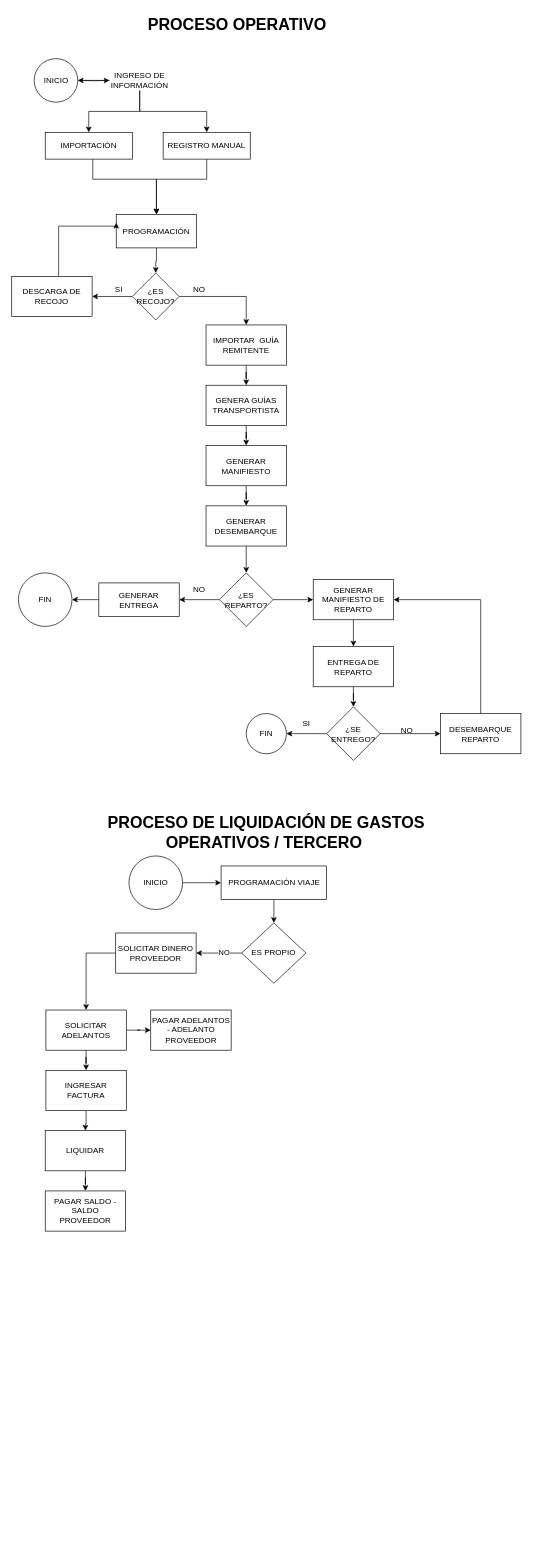
Above: FLUJO OPERATIVO PUCHOC.drawio in JaibeyPisco/diagramas (draw.io), before the change. Source tidied: cells renumbered, new cells numbered last; positions are measured from the earlier drawing's top-left corner, leaving out a move shared by most shapes. Both pictures are drawn from the tidied source at 67%, with x=0, y=0 at pixel (11, 11).
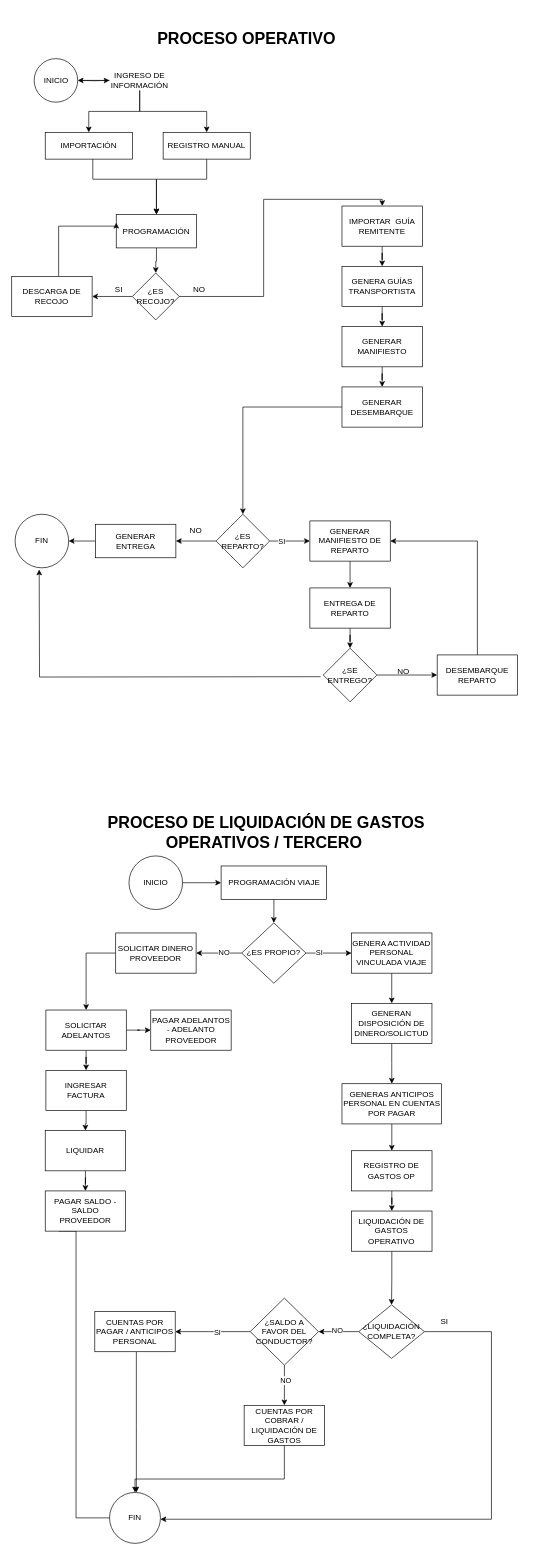
The same diagram, later.

Unchanged cells that the change refers to:
```xml
<mxCell id="15" value="¿ES RECOJO?" style="rhombus;whiteSpace=wrap;html=1;" parent="1" vertex="1">
  <mxGeometry x="180" y="390" width="70" height="70" as="geometry" />
</mxCell>
<mxCell id="29" style="edgeStyle=orthogonalEdgeStyle;rounded=0;jettySize=auto;html=1;" parent="1" edge="1" source="30" target="35">
  <mxGeometry relative="1" as="geometry" />
</mxCell>
```

Change to the diagram source:
```diff
@@
     <mxCell id="14" style="edgeStyle=orthogonalEdgeStyle;rounded=0;jettySize=auto;html=1;" parent="1" edge="1" source="15" target="20">
-      <mxGeometry relative="1" as="geometry" />
+      <mxGeometry relative="1" as="geometry">
+        <Array as="points">
+          <mxPoint x="376" y="425" />
+          <mxPoint x="376" y="280" />
+          <mxPoint x="553" y="280" />
+        </Array>
+      </mxGeometry>
     </mxCell>
@@
     <mxCell id="20" value="IMPORTAR&amp;nbsp; GUÍA REMITENTE" style="whiteSpace=wrap;html=1;" parent="1" vertex="1">
-      <mxGeometry x="290" y="467.5" width="120" height="60" as="geometry" />
+      <mxGeometry x="492.9" y="290" width="120" height="60" as="geometry" />
     </mxCell>
@@
     <mxCell id="23" value="GENERA GUÍAS TRANSPORTISTA" style="whiteSpace=wrap;html=1;" parent="1" vertex="1">
-      <mxGeometry x="290" y="557.5" width="120" height="60" as="geometry" />
+      <mxGeometry x="492.9" y="380" width="120" height="60" as="geometry" />
     </mxCell>
@@
     <mxCell id="25" value="GENERAR MANIFIESTO" style="whiteSpace=wrap;html=1;" parent="1" vertex="1">
-      <mxGeometry x="290" y="647.5" width="120" height="60" as="geometry" />
+      <mxGeometry x="492.9" y="470" width="120" height="60" as="geometry" />
     </mxCell>
@@
     <mxCell id="27" value="GENERAR DESEMBARQUE" style="whiteSpace=wrap;html=1;" parent="1" vertex="1">
-      <mxGeometry x="290" y="737.5" width="120" height="60" as="geometry" />
+      <mxGeometry x="492.9" y="560" width="120" height="60" as="geometry" />
     </mxCell>
@@
+    <mxCell id="68" value="SI" style="edgeLabel;html=1;align=center;verticalAlign=middle;" parent="29" vertex="1">
+      <mxGeometry x="-0.44" relative="1" as="geometry" />
+    </mxCell>
     <mxCell id="30" value="¿ES REPARTO?" style="rhombus;whiteSpace=wrap;html=1;" parent="1" vertex="1">
-      <mxGeometry x="310" y="837.5" width="80" height="80" as="geometry" />
+      <mxGeometry x="305" y="750" width="80" height="80" as="geometry" />
     </mxCell>
     <mxCell id="31" value="NO" style="text;html=1;whiteSpace=wrap;strokeColor=none;fillColor=none;align=center;verticalAlign=middle;rounded=0;" parent="1" vertex="1">
-      <mxGeometry x="250" y="847.5" width="60" height="30" as="geometry" />
+      <mxGeometry x="245" y="760" width="60" height="30" as="geometry" />
     </mxCell>
@@
     <mxCell id="33" value="GENERAR ENTREGA" style="whiteSpace=wrap;html=1;" parent="1" vertex="1">
-      <mxGeometry x="130" y="852.5" width="120" height="50" as="geometry" />
+      <mxGeometry x="125" y="765" width="120" height="50" as="geometry" />
     </mxCell>
@@
     <mxCell id="35" value="GENERAR MANIFIESTO DE REPARTO" style="whiteSpace=wrap;html=1;" parent="1" vertex="1">
-      <mxGeometry x="450" y="847.5" width="120" height="60" as="geometry" />
+      <mxGeometry x="445" y="760" width="120" height="60" as="geometry" />
     </mxCell>
@@
     <mxCell id="37" value="ENTREGA DE REPARTO" style="whiteSpace=wrap;html=1;" parent="1" vertex="1">
-      <mxGeometry x="450" y="947.5" width="120" height="60" as="geometry" />
+      <mxGeometry x="445" y="860" width="120" height="60" as="geometry" />
     </mxCell>
-    <mxCell id="38" style="edgeStyle=orthogonalEdgeStyle;rounded=0;jettySize=auto;html=1;" parent="1" edge="1" source="40">
-      <mxGeometry relative="1" as="geometry">
-        <mxPoint x="410" y="1077.5" as="targetPoint" />
-      </mxGeometry>
-    </mxCell>
@@
+    <mxCell id="69" style="edgeStyle=orthogonalEdgeStyle;rounded=0;orthogonalLoop=1;jettySize=auto;html=1;" parent="1" edge="1">
+      <mxGeometry relative="1" as="geometry">
+        <mxPoint x="461" y="992.5" as="sourcePoint" />
+        <mxPoint x="41" y="832.5" as="targetPoint" />
+      </mxGeometry>
+    </mxCell>
     <mxCell id="40" value="¿SE ENTREGO?" style="rhombus;whiteSpace=wrap;html=1;" parent="1" vertex="1">
-      <mxGeometry x="470" y="1037.5" width="80" height="80" as="geometry" />
+      <mxGeometry x="465" y="950" width="80" height="80" as="geometry" />
     </mxCell>
-    <mxCell id="41" value="SI" style="text;html=1;whiteSpace=wrap;strokeColor=none;fillColor=none;align=center;verticalAlign=middle;rounded=0;" parent="1" vertex="1">
-      <mxGeometry x="410" y="1047.5" width="60" height="30" as="geometry" />
-    </mxCell>
-    <mxCell id="42" value="&lt;div&gt;FIN&lt;/div&gt;" style="ellipse;whiteSpace=wrap;html=1;" parent="1" vertex="1">
-      <mxGeometry x="350" y="1047.5" width="60" height="60" as="geometry" />
-    </mxCell>
     <mxCell id="43" style="edgeStyle=orthogonalEdgeStyle;rounded=0;jettySize=auto;html=1;entryX=1;entryY=0.5;entryDx=0;entryDy=0;" parent="1" edge="1" source="44" target="35">
       <mxGeometry relative="1" as="geometry">
         <Array as="points">
-          <mxPoint x="700" y="877.5" />
+          <mxPoint x="695" y="790" />
         </Array>
       </mxGeometry>
     </mxCell>
     <mxCell id="44" value="DESEMBARQUE REPARTO" style="whiteSpace=wrap;html=1;" parent="1" vertex="1">
-      <mxGeometry x="640" y="1047.5" width="120" height="60" as="geometry" />
+      <mxGeometry x="635" y="960" width="120" height="60" as="geometry" />
     </mxCell>
     <mxCell id="45" value="&lt;div&gt;NO&lt;/div&gt;" style="text;html=1;whiteSpace=wrap;strokeColor=none;fillColor=none;align=center;verticalAlign=middle;rounded=0;" parent="1" vertex="1">
-      <mxGeometry x="560" y="1057.5" width="60" height="30" as="geometry" />
+      <mxGeometry x="555" y="970" width="60" height="30" as="geometry" />
     </mxCell>
     <mxCell id="46" value="FIN" style="ellipse;whiteSpace=wrap;html=1;" parent="1" vertex="1">
-      <mxGeometry x="10" y="837.5" width="80" height="80" as="geometry" />
+      <mxGeometry x="5" y="750" width="80" height="80" as="geometry" />
     </mxCell>
@@
     <mxCell id="49" value="&lt;b&gt;&lt;font style=&quot;font-size: 24px;&quot;&gt;PROCESO OPERATIVO&amp;nbsp;&lt;/font&gt;&lt;/b&gt;" style="text;html=1;whiteSpace=wrap;strokeColor=none;fillColor=none;align=center;verticalAlign=middle;rounded=0;" parent="1" vertex="1">
-      <mxGeometry x="110" width="460" height="40" as="geometry" />
+      <mxGeometry x="124" y="20" width="460" height="40" as="geometry" />
     </mxCell>
@@
+    <mxCell id="70" style="edgeStyle=orthogonalEdgeStyle;rounded=0;jettySize=auto;html=1;" parent="1" edge="1" source="56" target="74">
+      <mxGeometry relative="1" as="geometry" />
+    </mxCell>
+    <mxCell id="71" value="SI" style="edgeLabel;html=1;align=center;verticalAlign=middle;" parent="70" vertex="1">
+      <mxGeometry x="-0.44" y="1" relative="1" as="geometry" />
+    </mxCell>
-    <mxCell id="56" value="ES PROPIO" style="rhombus;whiteSpace=wrap;html=1;" parent="1" vertex="1">
+    <mxCell id="56" value="¿ES PROPIO?" style="rhombus;whiteSpace=wrap;html=1;" parent="1" vertex="1">
       <mxGeometry x="343.2" y="1360" width="96" height="90" as="geometry" />
     </mxCell>
@@
+    <mxCell id="72" style="edgeStyle=orthogonalEdgeStyle;rounded=0;orthogonalLoop=1;jettySize=auto;html=1;entryX=0;entryY=0.5;entryDx=0;entryDy=0;" parent="1" edge="1">
+      <mxGeometry relative="1" as="geometry">
+        <mxPoint x="70" y="1820" as="sourcePoint" />
+        <mxPoint x="160" y="2248" as="targetPoint" />
+        <Array as="points">
+          <mxPoint x="96" y="1820" />
+          <mxPoint x="96" y="2248" />
+        </Array>
+      </mxGeometry>
+    </mxCell>
@@
+    <mxCell id="73" style="edgeStyle=orthogonalEdgeStyle;rounded=0;jettySize=auto;html=1;" parent="1" edge="1" source="74" target="76">
+      <mxGeometry relative="1" as="geometry" />
+    </mxCell>
+    <mxCell id="74" value="GENERA ACTIVIDAD PERSONAL VINCULADA VIAJE" style="whiteSpace=wrap;html=1;" parent="1" vertex="1">
+      <mxGeometry x="507.2" y="1375" width="120" height="60" as="geometry" />
+    </mxCell>
+    <mxCell id="75" style="edgeStyle=orthogonalEdgeStyle;rounded=0;jettySize=auto;html=1;" parent="1" edge="1" source="76" target="78">
+      <mxGeometry relative="1" as="geometry" />
+    </mxCell>
+    <mxCell id="76" value="GENERAN DISPOSICIÓN DE DINERO/SOLICTUD" style="whiteSpace=wrap;html=1;" parent="1" vertex="1">
+      <mxGeometry x="507.2" y="1480" width="120" height="60" as="geometry" />
+    </mxCell>
+    <mxCell id="77" style="edgeStyle=orthogonalEdgeStyle;rounded=0;jettySize=auto;html=1;" parent="1" edge="1" source="78" target="80">
+      <mxGeometry relative="1" as="geometry" />
+    </mxCell>
+    <mxCell id="78" value="GENERAS ANTICIPOS PERSONAL EN CUENTAS POR PAGAR" style="whiteSpace=wrap;html=1;" parent="1" vertex="1">
+      <mxGeometry x="492.9" y="1600" width="148.8" height="60" as="geometry" />
+    </mxCell>
+    <mxCell id="79" style="edgeStyle=orthogonalEdgeStyle;rounded=0;jettySize=auto;html=1;" parent="1" edge="1" source="80" target="82">
+      <mxGeometry relative="1" as="geometry" />
+    </mxCell>
+    <mxCell id="80" value="REGISTRO DE GASTOS OP" style="whiteSpace=wrap;html=1;" parent="1" vertex="1">
+      <mxGeometry x="507.3" y="1700" width="120" height="60" as="geometry" />
+    </mxCell>
+    <mxCell id="81" style="edgeStyle=orthogonalEdgeStyle;rounded=0;jettySize=auto;html=1;" parent="1" edge="1" source="82" target="86">
+      <mxGeometry relative="1" as="geometry" />
+    </mxCell>
+    <mxCell id="82" value="LIQUIDACIÓN DE GASTOS OPERATIVO" style="whiteSpace=wrap;html=1;" parent="1" vertex="1">
+      <mxGeometry x="507.3" y="1790" width="120" height="60" as="geometry" />
+    </mxCell>
+    <mxCell id="42" value="FIN" style="ellipse;whiteSpace=wrap;html=1;" parent="1" vertex="1">
+      <mxGeometry x="146" y="2210" width="76" height="76" as="geometry" />
+    </mxCell>
+    <mxCell id="83" style="edgeStyle=orthogonalEdgeStyle;rounded=0;jettySize=auto;html=1;" parent="1" edge="1" source="86" target="42">
+      <mxGeometry relative="1" as="geometry">
+        <Array as="points">
+          <mxPoint x="716" y="1970" />
+          <mxPoint x="716" y="2250" />
+        </Array>
+      </mxGeometry>
+    </mxCell>
+    <mxCell id="84" style="edgeStyle=orthogonalEdgeStyle;rounded=0;jettySize=auto;html=1;" parent="1" edge="1" source="86" target="91">
+      <mxGeometry relative="1" as="geometry">
+        <Array as="points">
+          <mxPoint x="456" y="1970" />
+          <mxPoint x="456" y="1970" />
+        </Array>
+      </mxGeometry>
+    </mxCell>
+    <mxCell id="85" value="NO" style="edgeLabel;html=1;align=center;verticalAlign=middle;" parent="84" vertex="1">
+      <mxGeometry x="0.07" y="-3" relative="1" as="geometry" />
+    </mxCell>
+    <mxCell id="86" value="¿LIQUIDACIÓN COMPLETA?" style="rhombus;whiteSpace=wrap;html=1;" parent="1" vertex="1">
+      <mxGeometry x="517.9" y="1930" width="98.1" height="80" as="geometry" />
+    </mxCell>
+    <mxCell id="41" value="SI" style="text;html=1;whiteSpace=wrap;strokeColor=none;fillColor=none;align=center;verticalAlign=middle;rounded=0;" parent="1" vertex="1">
+      <mxGeometry x="616" y="1940" width="60" height="30" as="geometry" />
+    </mxCell>
+    <mxCell id="87" style="edgeStyle=orthogonalEdgeStyle;rounded=0;jettySize=auto;html=1;" parent="1" edge="1" source="91" target="93">
+      <mxGeometry relative="1" as="geometry" />
+    </mxCell>
+    <mxCell id="88" value="SI" style="edgeLabel;html=1;align=center;verticalAlign=middle;" parent="87" vertex="1">
+      <mxGeometry x="-0.11" relative="1" as="geometry" />
+    </mxCell>
+    <mxCell id="89" style="edgeStyle=orthogonalEdgeStyle;rounded=0;jettySize=auto;html=1;" parent="1" edge="1" source="91" target="95">
+      <mxGeometry relative="1" as="geometry" />
+    </mxCell>
+    <mxCell id="90" value="NO" style="edgeLabel;html=1;align=center;verticalAlign=middle;" parent="89" vertex="1">
+      <mxGeometry x="-0.22" y="1" relative="1" as="geometry" />
+    </mxCell>
+    <mxCell id="91" value="¿SALDO A FAVOR DEL CONDUCTOR?" style="rhombus;whiteSpace=wrap;html=1;" parent="1" vertex="1">
+      <mxGeometry x="356" y="1920" width="101.9" height="100" as="geometry" />
+    </mxCell>
+    <mxCell id="92" style="edgeStyle=orthogonalEdgeStyle;rounded=0;jettySize=auto;html=1;" parent="1" edge="1" source="93" target="42">
+      <mxGeometry relative="1" as="geometry">
+        <Array as="points">
+          <mxPoint x="186" y="2110" />
+          <mxPoint x="186" y="2110" />
+        </Array>
+      </mxGeometry>
+    </mxCell>
+    <mxCell id="93" value="CUENTAS POR PAGAR / ANTICIPOS PERSONAL" style="whiteSpace=wrap;html=1;" parent="1" vertex="1">
+      <mxGeometry x="124" y="1940" width="120" height="60" as="geometry" />
+    </mxCell>
+    <mxCell id="94" style="edgeStyle=orthogonalEdgeStyle;rounded=0;jettySize=auto;html=1;" parent="1" edge="1" source="95" target="42">
+      <mxGeometry relative="1" as="geometry">
+        <Array as="points">
+          <mxPoint x="407" y="2190" />
+          <mxPoint x="184" y="2190" />
+        </Array>
+      </mxGeometry>
+    </mxCell>
+    <mxCell id="95" value="CUENTAS POR COBRAR / LIQUIDACIÓN DE GASTOS" style="whiteSpace=wrap;html=1;" parent="1" vertex="1">
+      <mxGeometry x="346.9" y="2080" width="120" height="60" as="geometry" />
+    </mxCell>
```
